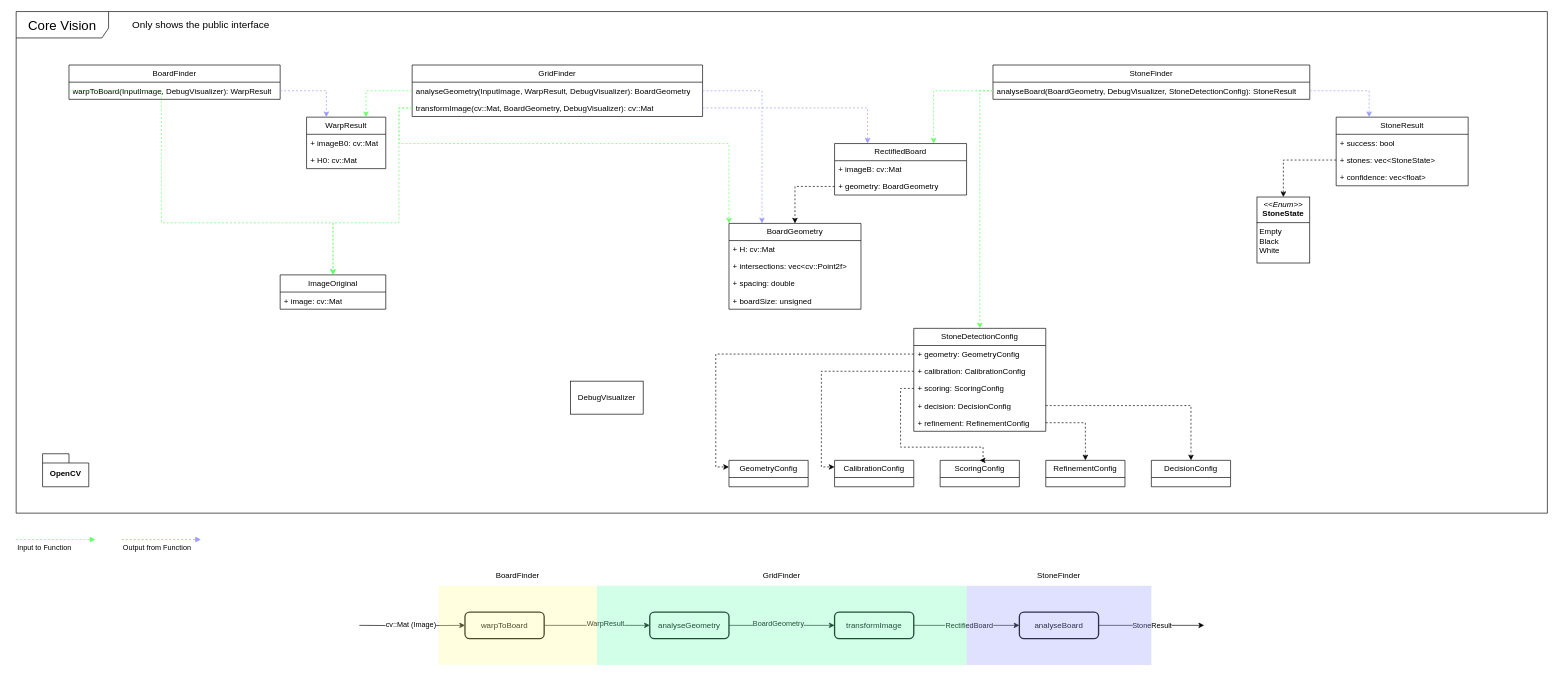
The draw.io diagram page "Vision" (2 of 5) of docs/Tengen.drawio in OliverBenz/Tengen-Go, before the edit. Source tidied: cells renumbered, new cells numbered last; positions are measured from the earlier drawing's top-left corner, leaving out a move shared by most shapes. Both pictures are drawn from the tidied source at 66%, with x=0, y=0 at pixel (16, 11).
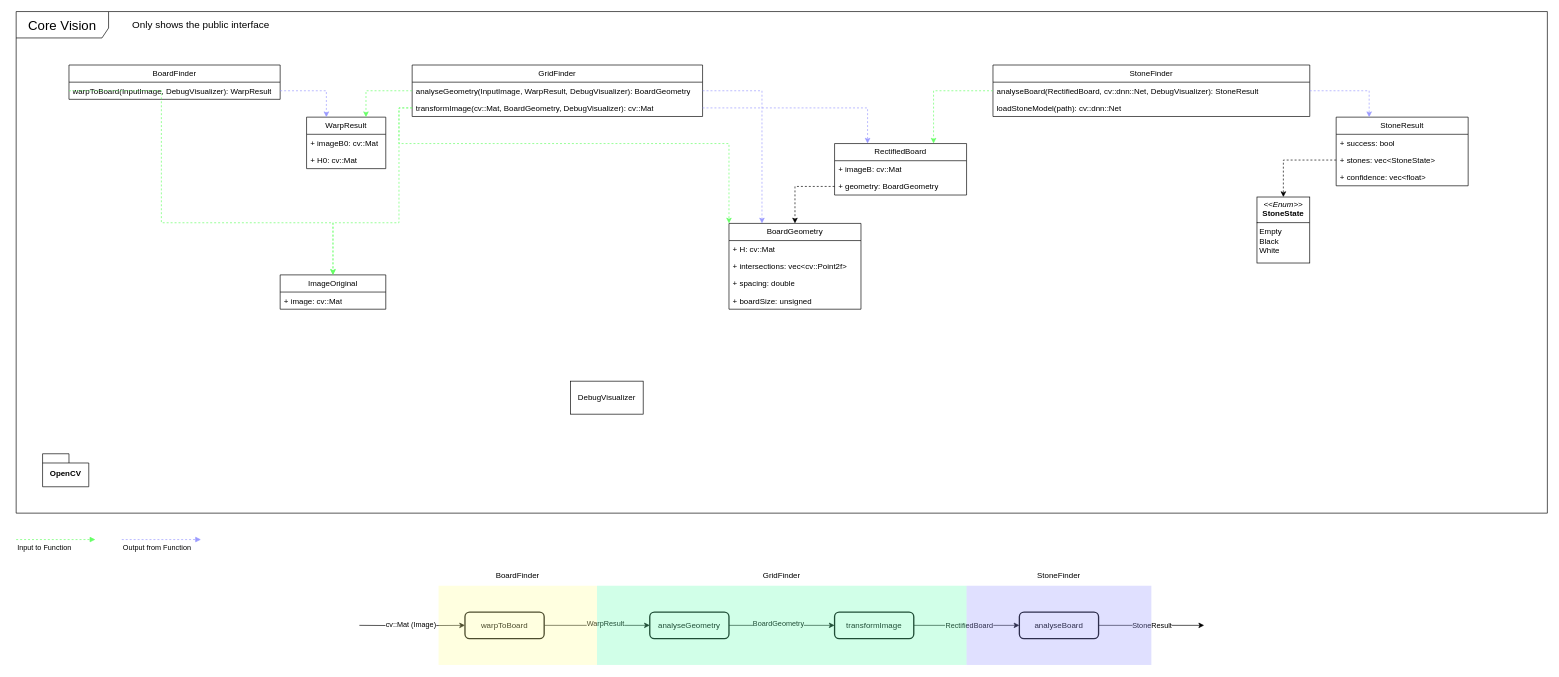
Above is the later version.

Change to the diagram source:
```diff
@@
-    <mxCell id="19" value="StoneDetectionConfig" style="swimlane;fontStyle=0;horizontal=1;startSize=26;fillColor=none;whiteSpace=wrap;html=1;" parent="1" vertex="1">
-      <mxGeometry x="1360" y="480" width="200" height="156" as="geometry" />
-    </mxCell>
-    <mxCell id="20" value="+ geometry: GeometryConfig" style="text;strokeColor=none;fillColor=none;align=left;verticalAlign=top;spacingLeft=4;spacingRight=4;overflow=hidden;points=[[0,0.5],[1,0.5]];portConstraint=eastwest;whiteSpace=wrap;html=1;" parent="19" vertex="1">
-      <mxGeometry y="26" width="200" height="26" as="geometry" />
-    </mxCell>
-    <mxCell id="21" value="+ calibration: CalibrationConfig" style="text;strokeColor=none;fillColor=none;align=left;verticalAlign=top;spacingLeft=4;spacingRight=4;overflow=hidden;points=[[0,0.5],[1,0.5]];portConstraint=eastwest;whiteSpace=wrap;html=1;" parent="19" vertex="1">
-      <mxGeometry y="52" width="200" height="26" as="geometry" />
-    </mxCell>
-    <mxCell id="22" value="+ scoring: ScoringConfig" style="text;strokeColor=none;fillColor=none;align=left;verticalAlign=top;spacingLeft=4;spacingRight=4;overflow=hidden;points=[[0,0.5],[1,0.5]];portConstraint=eastwest;whiteSpace=wrap;html=1;" parent="19" vertex="1">
-      <mxGeometry y="78" width="200" height="26" as="geometry" />
-    </mxCell>
-    <mxCell id="23" value="+ decision: DecisionConfig" style="text;strokeColor=none;fillColor=none;align=left;verticalAlign=top;spacingLeft=4;spacingRight=4;overflow=hidden;points=[[0,0.5],[1,0.5]];portConstraint=eastwest;whiteSpace=wrap;html=1;" parent="19" vertex="1">
-      <mxGeometry y="104" width="200" height="26" as="geometry" />
-    </mxCell>
-    <mxCell id="24" value="+ refinement: RefinementConfig" style="text;strokeColor=none;fillColor=none;align=left;verticalAlign=top;spacingLeft=4;spacingRight=4;overflow=hidden;points=[[0,0.5],[1,0.5]];portConstraint=eastwest;whiteSpace=wrap;html=1;" parent="19" vertex="1">
-      <mxGeometry y="130" width="200" height="26" as="geometry" />
-    </mxCell>
-    <mxCell id="25" value="GeometryConfig" style="swimlane;fontStyle=0;horizontal=1;startSize=26;fillColor=none;whiteSpace=wrap;html=1;" parent="1" vertex="1">
-      <mxGeometry x="1080" y="680" width="120" height="40" as="geometry" />
-    </mxCell>
-    <mxCell id="26" value="&lt;span style=&quot;text-align: left;&quot;&gt;CalibrationConfig&lt;/span&gt;" style="swimlane;fontStyle=0;horizontal=1;startSize=26;fillColor=none;whiteSpace=wrap;html=1;" parent="1" vertex="1">
-      <mxGeometry x="1240" y="680" width="120" height="40" as="geometry" />
-    </mxCell>
-    <mxCell id="27" value="&lt;span style=&quot;text-align: left;&quot;&gt;ScoringConfig&lt;/span&gt;" style="swimlane;fontStyle=0;horizontal=1;startSize=26;fillColor=none;whiteSpace=wrap;html=1;" parent="1" vertex="1">
-      <mxGeometry x="1400" y="680" width="120" height="40" as="geometry" />
-    </mxCell>
-    <mxCell id="28" value="&lt;span style=&quot;text-align: left;&quot;&gt;DecisionConfig&lt;/span&gt;" style="swimlane;fontStyle=0;horizontal=1;startSize=26;fillColor=none;whiteSpace=wrap;html=1;" parent="1" vertex="1">
-      <mxGeometry x="1720" y="680" width="120" height="40" as="geometry" />
-    </mxCell>
-    <mxCell id="29" value="&lt;span style=&quot;text-align: left;&quot;&gt;RefinementConfig&lt;/span&gt;" style="swimlane;fontStyle=0;horizontal=1;startSize=26;fillColor=none;whiteSpace=wrap;html=1;" parent="1" vertex="1">
-      <mxGeometry x="1560" y="680" width="120" height="40" as="geometry" />
-    </mxCell>
     <mxCell id="30" value="StoneFinder" style="swimlane;fontStyle=0;horizontal=1;startSize=26;fillColor=none;whiteSpace=wrap;html=1;" parent="1" vertex="1">
-      <mxGeometry x="1480" y="81" width="480" height="52" as="geometry" />
+      <mxGeometry x="1480" y="81" width="480" height="78" as="geometry" />
     </mxCell>
-    <mxCell id="31" value="analyseBoard(BoardGeometry, DebugVisualizer, StoneDetectionConfig): StoneResult" style="text;strokeColor=none;fillColor=none;align=left;verticalAlign=top;spacingLeft=4;spacingRight=4;overflow=hidden;points=[[0,0.5],[1,0.5]];portConstraint=eastwest;whiteSpace=wrap;html=1;" parent="30" vertex="1">
+    <mxCell id="31" value="analyseBoard(RectifiedBoard, cv::dnn::Net, DebugVisualizer): StoneResult" style="text;strokeColor=none;fillColor=none;align=left;verticalAlign=top;spacingLeft=4;spacingRight=4;overflow=hidden;points=[[0,0.5],[1,0.5]];portConstraint=eastwest;whiteSpace=wrap;html=1;" parent="30" vertex="1">
       <mxGeometry y="26" width="480" height="26" as="geometry" />
     </mxCell>
+    <mxCell id="81" value="loadStoneModel(path): cv::dnn::Net" style="text;strokeColor=none;fillColor=none;align=left;verticalAlign=top;spacingLeft=4;spacingRight=4;overflow=hidden;whiteSpace=wrap;html=1;" parent="30" vertex="1">
+      <mxGeometry y="52" width="480" height="26" as="geometry" />
+    </mxCell>
@@
-    <mxCell id="33" style="edgeStyle=orthogonalEdgeStyle;rounded=0;jettySize=auto;html=1;exitX=0;exitY=0.5;exitDx=0;exitDy=0;entryX=0.5;entryY=0;entryDx=0;entryDy=0;dashed=1;strokeColor=light-dark(#66FF66,#66FF66);" parent="1" edge="1" source="31" target="19">
-      <mxGeometry relative="1" as="geometry" />
-    </mxCell>
-    <mxCell id="34" style="edgeStyle=orthogonalEdgeStyle;rounded=0;jettySize=auto;html=1;exitX=0;exitY=0.5;exitDx=0;exitDy=0;entryX=0;entryY=0.25;entryDx=0;entryDy=0;dashed=1;" parent="1" edge="1" source="20" target="25">
-      <mxGeometry relative="1" as="geometry" />
-    </mxCell>
-    <mxCell id="35" style="edgeStyle=orthogonalEdgeStyle;rounded=0;jettySize=auto;html=1;exitX=0;exitY=0.5;exitDx=0;exitDy=0;entryX=0;entryY=0.25;entryDx=0;entryDy=0;dashed=1;" parent="1" edge="1" source="21" target="26">
-      <mxGeometry relative="1" as="geometry" />
-    </mxCell>
-    <mxCell id="36" style="edgeStyle=orthogonalEdgeStyle;rounded=0;jettySize=auto;html=1;exitX=0;exitY=0.5;exitDx=0;exitDy=0;entryX=0.5;entryY=0;entryDx=0;entryDy=0;dashed=1;" parent="1" edge="1" source="22" target="27">
-      <mxGeometry relative="1" as="geometry">
-        <Array as="points">
-          <mxPoint x="1340" y="571" />
-          <mxPoint x="1340" y="660" />
-          <mxPoint x="1465" y="660" />
-        </Array>
-      </mxGeometry>
-    </mxCell>
-    <mxCell id="37" style="edgeStyle=orthogonalEdgeStyle;rounded=0;jettySize=auto;html=1;exitX=1;exitY=0.5;exitDx=0;exitDy=0;entryX=0.5;entryY=0;entryDx=0;entryDy=0;dashed=1;" parent="1" edge="1" source="23" target="28">
-      <mxGeometry relative="1" as="geometry" />
-    </mxCell>
-    <mxCell id="38" style="edgeStyle=orthogonalEdgeStyle;rounded=0;jettySize=auto;html=1;exitX=1;exitY=0.5;exitDx=0;exitDy=0;entryX=0.5;entryY=0;entryDx=0;entryDy=0;dashed=1;" parent="1" edge="1" source="24" target="29">
-      <mxGeometry relative="1" as="geometry" />
-    </mxCell>
```
